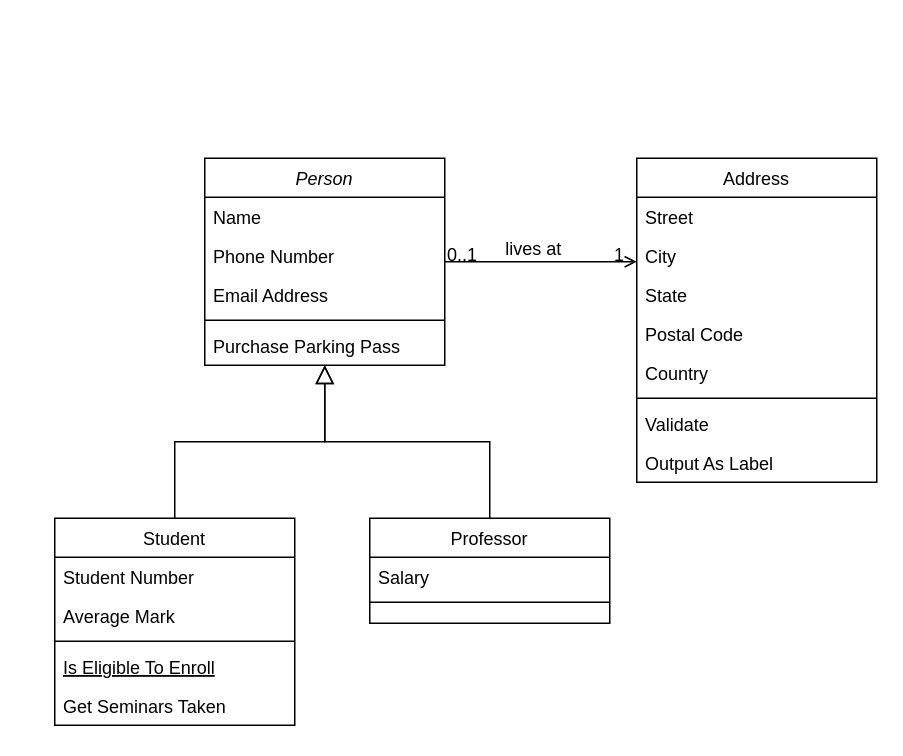
The draw.io diagram Cookify.drawio in inesbrm69/Cookify, before the edit. Source tidied: cells renumbered, new cells numbered last; positions are measured from the earlier drawing's top-left corner, leaving out a move shared by most shapes. Both pictures are drawn from the tidied source at 150%, with x=0, y=0 at pixel (54, 158).
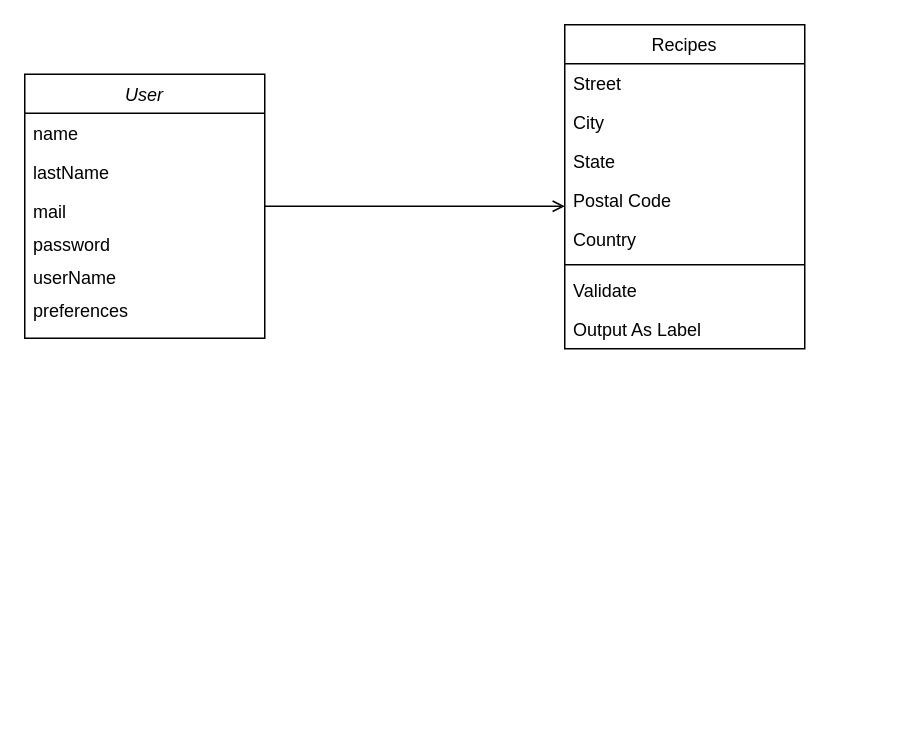
After the change.

Commit message (it also covers changes not shown here):
Mettre à jour Cookify.drawio

The change refers to these unchanged cells:
```xml
<mxCell id="28" style="endArrow=open;shadow=0;strokeWidth=1;rounded=0;curved=0;endFill=1;edgeStyle=elbowEdgeStyle;elbow=vertical;" parent="1" edge="1" source="2" target="19">
  <mxGeometry x="0.5" y="41" relative="1" as="geometry">
    <mxPoint x="-40" y="32" as="offset" />
  </mxGeometry>
</mxCell>
```

Change to the diagram source:
```diff
@@
-    <mxCell id="2" value="Person" style="swimlane;fontStyle=2;align=center;verticalAlign=top;horizontal=1;startSize=26;rounded=0;shadow=0;strokeWidth=1;" parent="1" vertex="1">
-      <mxGeometry x="100" width="160" height="138" as="geometry" />
+    <mxCell id="2" value="User" style="swimlane;fontStyle=2;align=center;verticalAlign=top;horizontal=1;startSize=26;rounded=0;shadow=0;strokeWidth=1;" parent="1" vertex="1">
+      <mxGeometry x="-20" y="-56" width="160" height="176" as="geometry" />
     </mxCell>
-    <mxCell id="3" value="Name" style="text;align=left;verticalAlign=top;spacingLeft=4;spacingRight=4;overflow=hidden;" parent="2" vertex="1">
+    <mxCell id="3" value="name" style="text;align=left;verticalAlign=top;spacingLeft=4;spacingRight=4;overflow=hidden;" parent="2" vertex="1">
       <mxGeometry y="26" width="160" height="26" as="geometry" />
     </mxCell>
-    <mxCell id="4" value="Phone Number" style="text;align=left;verticalAlign=top;spacingLeft=4;spacingRight=4;overflow=hidden;rounded=0;shadow=0;html=0;" parent="2" vertex="1">
+    <mxCell id="4" value="lastName" style="text;align=left;verticalAlign=top;spacingLeft=4;spacingRight=4;overflow=hidden;rounded=0;shadow=0;html=0;" parent="2" vertex="1">
       <mxGeometry y="52" width="160" height="26" as="geometry" />
     </mxCell>
-    <mxCell id="5" value="Email Address" style="text;align=left;verticalAlign=top;spacingLeft=4;spacingRight=4;overflow=hidden;rounded=0;shadow=0;html=0;" parent="2" vertex="1">
-      <mxGeometry y="78" width="160" height="26" as="geometry" />
+    <mxCell id="5" value="mail" style="text;align=left;verticalAlign=top;spacingLeft=4;spacingRight=4;overflow=hidden;rounded=0;shadow=0;html=0;" parent="2" vertex="1">
+      <mxGeometry y="78" width="160" height="22" as="geometry" />
     </mxCell>
-    <mxCell id="6" style="line;html=1;strokeWidth=1;align=left;verticalAlign=middle;spacingTop=-1;spacingLeft=3;spacingRight=3;labelPosition=right;" parent="2" vertex="1">
-      <mxGeometry y="104" width="160" height="8" as="geometry" />
-    </mxCell>
-    <mxCell id="7" value="Purchase Parking Pass" style="text;align=left;verticalAlign=top;spacingLeft=4;spacingRight=4;overflow=hidden;" parent="2" vertex="1">
-      <mxGeometry y="112" width="160" height="26" as="geometry" />
-    </mxCell>
-    <mxCell id="8" value="Student" style="swimlane;fontStyle=0;align=center;verticalAlign=top;horizontal=1;startSize=26;rounded=0;shadow=0;strokeWidth=1;" parent="1" vertex="1">
-      <mxGeometry y="240" width="160" height="138" as="geometry" />
-    </mxCell>
-    <mxCell id="9" value="Student Number" style="text;align=left;verticalAlign=top;spacingLeft=4;spacingRight=4;overflow=hidden;" parent="8" vertex="1">
-      <mxGeometry y="26" width="160" height="26" as="geometry" />
-    </mxCell>
-    <mxCell id="10" value="Average Mark" style="text;align=left;verticalAlign=top;spacingLeft=4;spacingRight=4;overflow=hidden;rounded=0;shadow=0;html=0;" parent="8" vertex="1">
-      <mxGeometry y="52" width="160" height="26" as="geometry" />
-    </mxCell>
-    <mxCell id="11" style="line;html=1;strokeWidth=1;align=left;verticalAlign=middle;spacingTop=-1;spacingLeft=3;spacingRight=3;labelPosition=right;" parent="8" vertex="1">
-      <mxGeometry y="78" width="160" height="8" as="geometry" />
-    </mxCell>
-    <mxCell id="12" value="Is Eligible To Enroll" style="text;align=left;verticalAlign=top;spacingLeft=4;spacingRight=4;overflow=hidden;fontStyle=4;" parent="8" vertex="1">
-      <mxGeometry y="86" width="160" height="26" as="geometry" />
-    </mxCell>
-    <mxCell id="13" value="Get Seminars Taken" style="text;align=left;verticalAlign=top;spacingLeft=4;spacingRight=4;overflow=hidden;" parent="8" vertex="1">
-      <mxGeometry y="112" width="160" height="26" as="geometry" />
-    </mxCell>
-    <mxCell id="14" style="endArrow=block;endSize=10;endFill=0;shadow=0;strokeWidth=1;rounded=0;curved=0;edgeStyle=elbowEdgeStyle;elbow=vertical;" parent="1" edge="1" source="8" target="2">
-      <mxGeometry relative="1" as="geometry" />
-    </mxCell>
-    <mxCell id="15" value="Professor" style="swimlane;fontStyle=0;align=center;verticalAlign=top;horizontal=1;startSize=26;rounded=0;shadow=0;strokeWidth=1;" parent="1" vertex="1">
-      <mxGeometry x="210" y="240" width="160" height="70" as="geometry" />
-    </mxCell>
-    <mxCell id="16" value="Salary" style="text;align=left;verticalAlign=top;spacingLeft=4;spacingRight=4;overflow=hidden;" parent="15" vertex="1">
-      <mxGeometry y="26" width="160" height="26" as="geometry" />
-    </mxCell>
-    <mxCell id="17" style="line;html=1;strokeWidth=1;align=left;verticalAlign=middle;spacingTop=-1;spacingLeft=3;spacingRight=3;labelPosition=right;" parent="15" vertex="1">
-      <mxGeometry y="52" width="160" height="8" as="geometry" />
-    </mxCell>
-    <mxCell id="18" style="endArrow=block;endSize=10;endFill=0;shadow=0;strokeWidth=1;rounded=0;curved=0;edgeStyle=elbowEdgeStyle;elbow=vertical;" parent="1" edge="1" source="15" target="2">
-      <mxGeometry relative="1" as="geometry" />
-    </mxCell>
+    <mxCell id="32" value="password" style="text;align=left;verticalAlign=top;spacingLeft=4;spacingRight=4;overflow=hidden;" parent="2" vertex="1">
+      <mxGeometry y="100" width="160" height="22" as="geometry" />
+    </mxCell>
+    <mxCell id="33" value="userName" style="text;align=left;verticalAlign=top;spacingLeft=4;spacingRight=4;overflow=hidden;" parent="2" vertex="1">
+      <mxGeometry y="122" width="160" height="22" as="geometry" />
+    </mxCell>
+    <mxCell id="34" value="preferences" style="text;align=left;verticalAlign=top;spacingLeft=4;spacingRight=4;overflow=hidden;" parent="2" vertex="1">
+      <mxGeometry y="144" width="160" height="22" as="geometry" />
+    </mxCell>
-    <mxCell id="19" value="Address" style="swimlane;fontStyle=0;align=center;verticalAlign=top;horizontal=1;startSize=26;rounded=0;shadow=0;strokeWidth=1;" parent="1" vertex="1">
-      <mxGeometry x="388" width="160" height="216" as="geometry" />
+    <mxCell id="19" value="Recipes" style="swimlane;fontStyle=0;align=center;verticalAlign=top;horizontal=1;startSize=26;rounded=0;shadow=0;strokeWidth=1;" parent="1" vertex="1">
+      <mxGeometry x="340" y="-89" width="160" height="216" as="geometry" />
     </mxCell>
@@
-    <mxCell id="29" value="0..1" style="align=left;verticalAlign=bottom;labelBackgroundColor=none;fontSize=12;" parent="28" vertex="1">
-      <mxGeometry x="-1" relative="1" as="geometry">
-        <mxPoint y="4" as="offset" />
-      </mxGeometry>
-    </mxCell>
-    <mxCell id="30" value="1" style="align=right;verticalAlign=bottom;labelBackgroundColor=none;fontSize=12;" parent="28" vertex="1">
-      <mxGeometry x="1" relative="1" as="geometry">
-        <mxPoint x="-7" y="4" as="offset" />
-      </mxGeometry>
-    </mxCell>
-    <mxCell id="31" value="lives at" style="text;html=1;align=center;verticalAlign=middle;labelBackgroundColor=none;rounded=0;shadow=0;strokeWidth=1;fontSize=12;" parent="28" vertex="1">
-      <mxGeometry x="0.5" y="49" relative="1" as="geometry">
-        <mxPoint x="-38" y="40" as="offset" />
-      </mxGeometry>
-    </mxCell>
```
